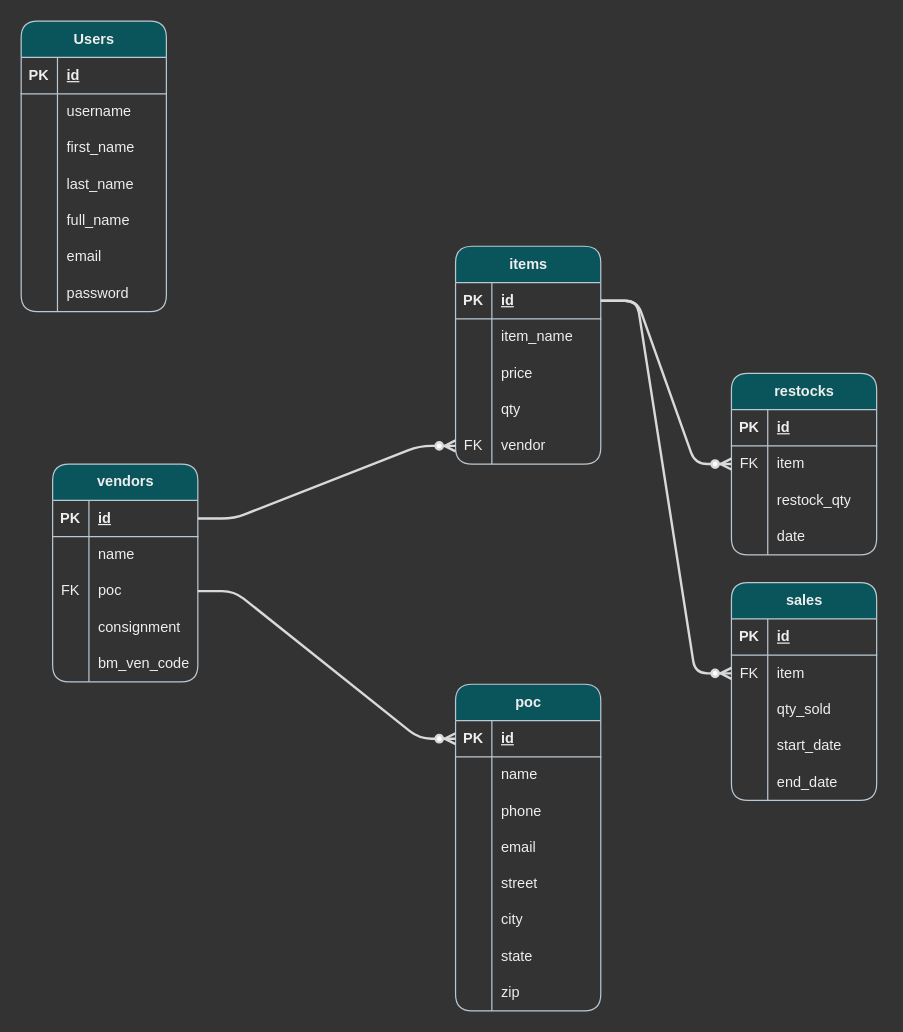
This is docs/SAMS_DB.drawio from TimeCrunch101/vendor-reports, a draw.io file, before an edit. Source tidied: cells renumbered, new cells numbered last; positions are measured from the earlier drawing's top-left corner, leaving out a move shared by most shapes. Both pictures are drawn from the tidied source at 121%, with x=0, y=0 at pixel (21, 21).
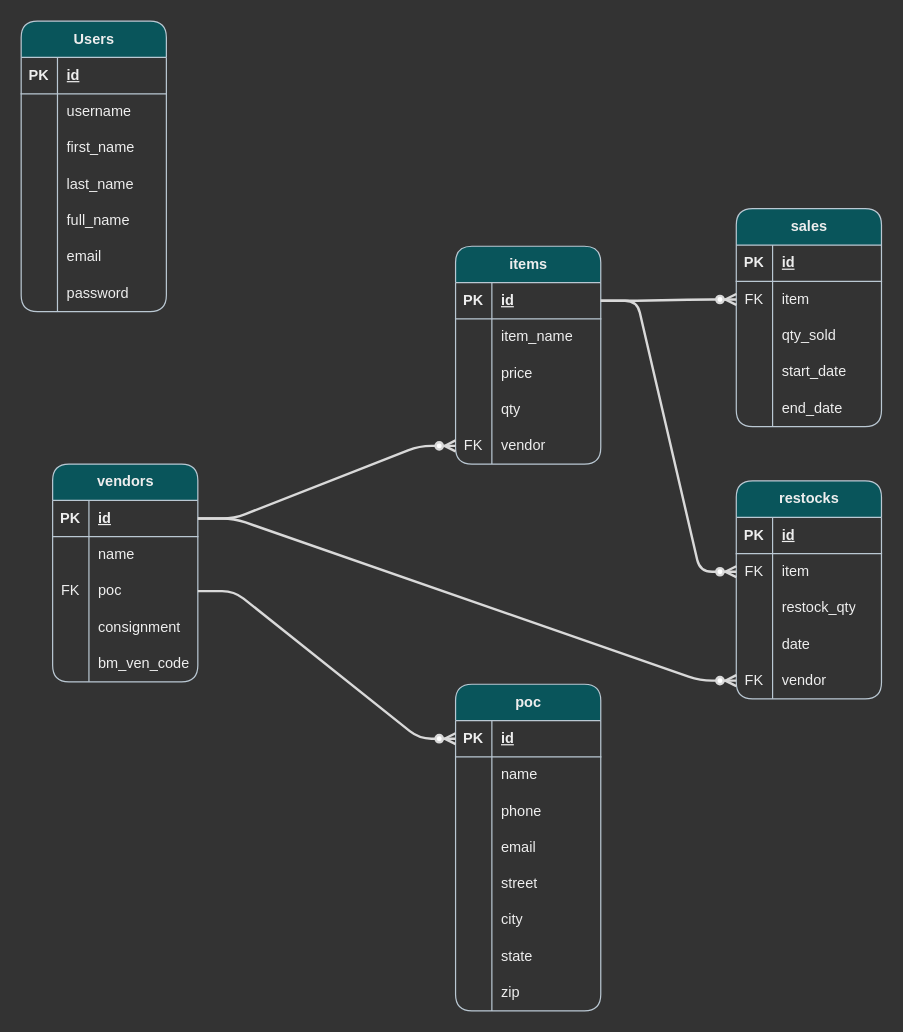
After the change.

The change refers to these unchanged cells:
```xml
<mxCell id="25" style="shape=tableRow;horizontal=0;startSize=0;swimlaneHead=0;swimlaneBody=0;fillColor=none;points=[[0,0.5],[1,0.5]];portConstraint=eastwest;top=0;left=0;right=0;bottom=1;rounded=1;labelBackgroundColor=none;strokeColor=#BAC8D3;fontColor=#EEEEEE;" parent="24" vertex="1">
  <mxGeometry y="30" width="120" height="30" as="geometry" />
</mxCell>
```

What changed in the source:
```diff
@@
     <mxCell id="56" value="sales" style="shape=table;startSize=30;childLayout=tableLayout;rowLines=0;fontStyle=1;align=center;html=1;rounded=1;labelBackgroundColor=none;fillColor=#09555B;strokeColor=#BAC8D3;fontColor=#EEEEEE;" parent="1" vertex="1">
-      <mxGeometry x="587" y="464" width="120" height="180" as="geometry" />
+      <mxGeometry x="591" y="155" width="120" height="180" as="geometry" />
     </mxCell>
@@
     <mxCell id="100" value="restocks" style="shape=table;startSize=30;childLayout=tableLayout;rowLines=0;fontStyle=1;align=center;html=1;rounded=1;labelBackgroundColor=none;fillColor=#09555B;strokeColor=#BAC8D3;fontColor=#EEEEEE;" parent="1" vertex="1">
-      <mxGeometry x="587" y="291" width="120" height="150" as="geometry" />
+      <mxGeometry x="591" y="380" width="120" height="180" as="geometry" />
     </mxCell>
@@
+    <mxCell id="114" style="shape=tableRow;horizontal=0;startSize=0;swimlaneHead=0;swimlaneBody=0;fillColor=none;points=[[0,0.5],[1,0.5]];portConstraint=eastwest;top=0;left=0;right=0;bottom=0;rounded=1;labelBackgroundColor=none;strokeColor=#BAC8D3;fontColor=#EEEEEE;" parent="100" vertex="1">
+      <mxGeometry y="150" width="120" height="30" as="geometry" />
+    </mxCell>
+    <mxCell id="115" value="FK" style="shape=partialRectangle;fillColor=none;top=0;left=0;bottom=0;right=0;overflow=hidden;whiteSpace=wrap;html=1;rounded=1;labelBackgroundColor=none;strokeColor=#BAC8D3;fontColor=#EEEEEE;" parent="114" vertex="1">
+      <mxGeometry width="30" height="30" as="geometry" />
+    </mxCell>
+    <mxCell id="116" value="vendor" style="shape=partialRectangle;fillColor=none;top=0;left=0;bottom=0;right=0;align=left;spacingLeft=6;overflow=hidden;whiteSpace=wrap;html=1;rounded=1;labelBackgroundColor=none;strokeColor=#BAC8D3;fontColor=#EEEEEE;" parent="114" vertex="1">
+      <mxGeometry x="30" width="90" height="30" as="geometry" />
+    </mxCell>
@@
+    <mxCell id="117" style="edgeStyle=entityRelationEdgeStyle;fontSize=12;html=1;endArrow=ERzeroToMany;endFill=1;rounded=1;strokeColor=#D9D9D9;strokeWidth=2;entryX=0;entryY=0.5;entryDx=0;entryDy=0;exitX=1;exitY=0.5;exitDx=0;exitDy=0;" parent="1" edge="1" source="25" target="114">
+      <mxGeometry relative="1" as="geometry" />
+    </mxCell>
```
